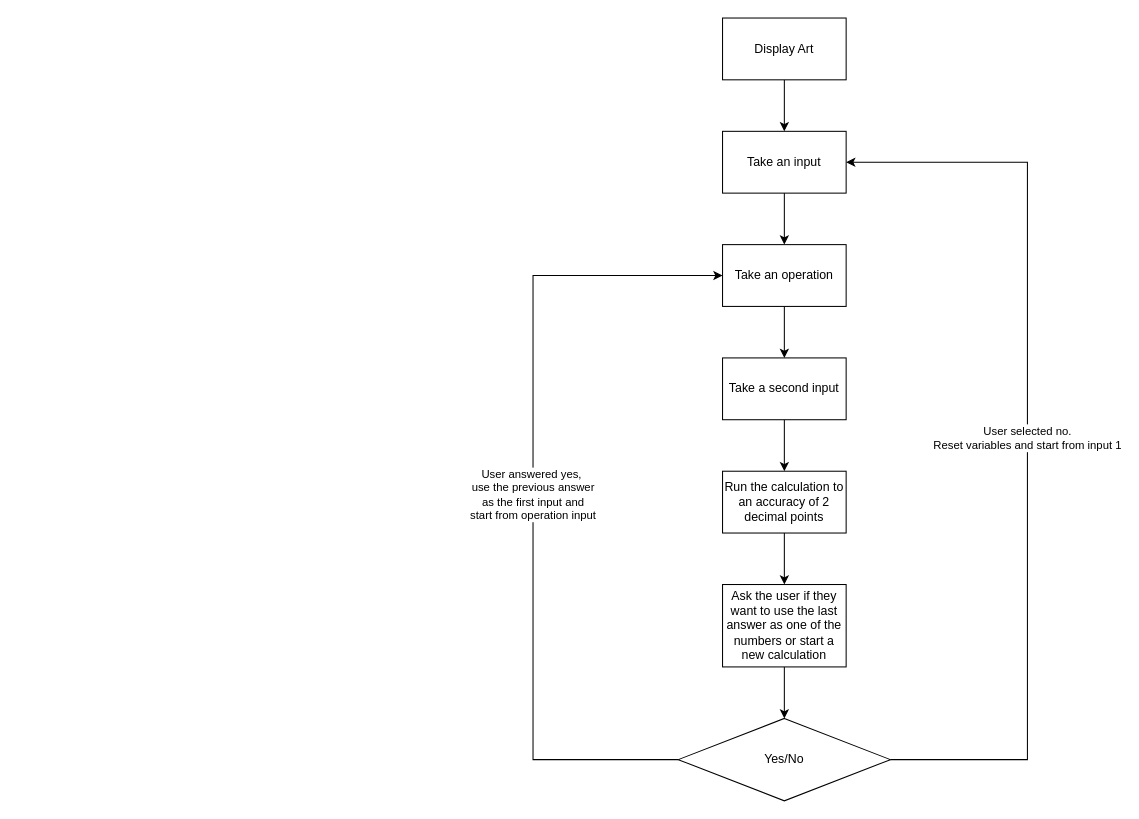
Earlier version of the draw.io diagram Day 10/calculator_idea.drawio (GreyStinger/100_days_of_python). Source tidied: cells renumbered, new cells numbered last; positions are measured from the earlier drawing's top-left corner, leaving out a move shared by most shapes. Both pictures are drawn from the tidied source at 103%, with x=0, y=0 at pixel (533, 18).
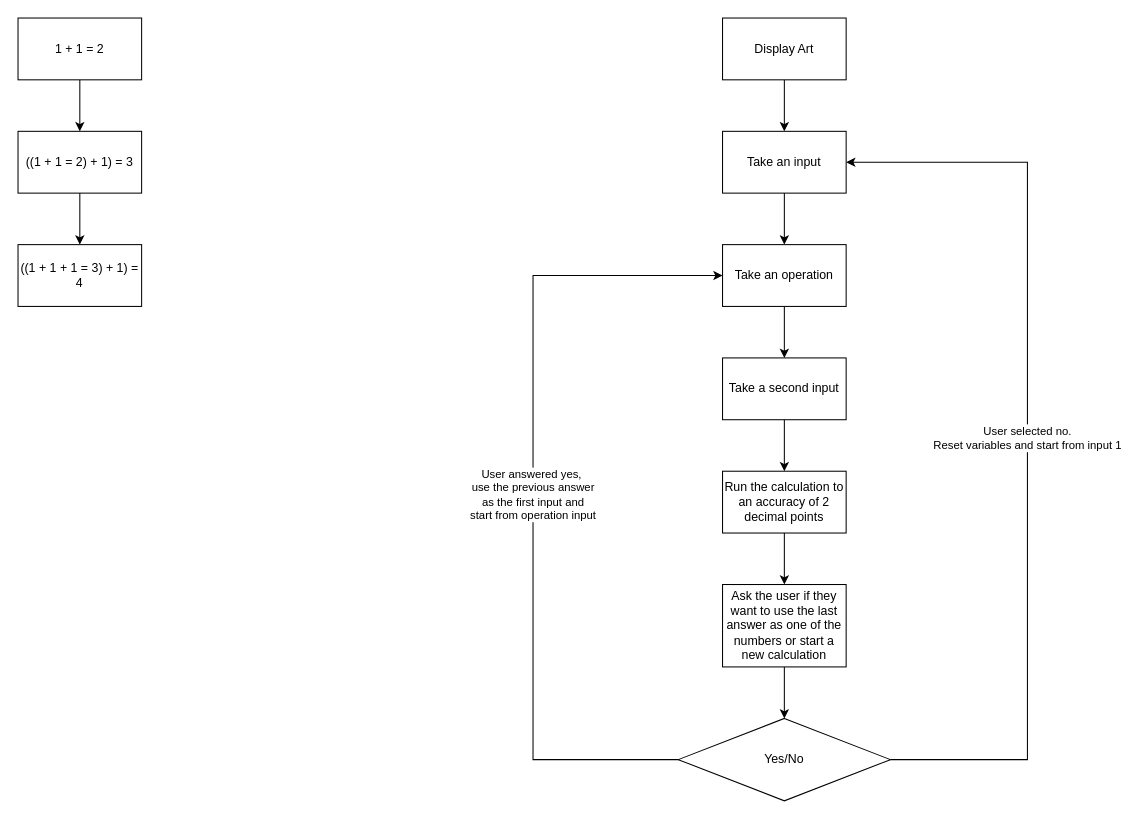
The same diagram, later.

The edit, as a diff of the source:
```diff
@@
+    <mxCell id="17" style="edgeStyle=orthogonalEdgeStyle;rounded=0;jettySize=auto;html=1;" parent="1" edge="1" source="18" target="20">
+      <mxGeometry relative="1" as="geometry" />
+    </mxCell>
+    <mxCell id="18" value="1 + 1 = 2" style="rounded=0;whiteSpace=wrap;html=1;" parent="1" vertex="1">
+      <mxGeometry x="-500" width="120" height="60" as="geometry" />
+    </mxCell>
+    <mxCell id="19" style="edgeStyle=orthogonalEdgeStyle;rounded=0;jettySize=auto;html=1;" parent="1" edge="1" source="20" target="21">
+      <mxGeometry relative="1" as="geometry" />
+    </mxCell>
+    <mxCell id="20" value="((1 + 1 = 2) + 1) = 3" style="rounded=0;whiteSpace=wrap;html=1;" parent="1" vertex="1">
+      <mxGeometry x="-500" y="110" width="120" height="60" as="geometry" />
+    </mxCell>
+    <mxCell id="21" value="((1 + 1 + 1 = 3) + 1) = 4" style="rounded=0;whiteSpace=wrap;html=1;" parent="1" vertex="1">
+      <mxGeometry x="-500" y="220" width="120" height="60" as="geometry" />
+    </mxCell>
```
